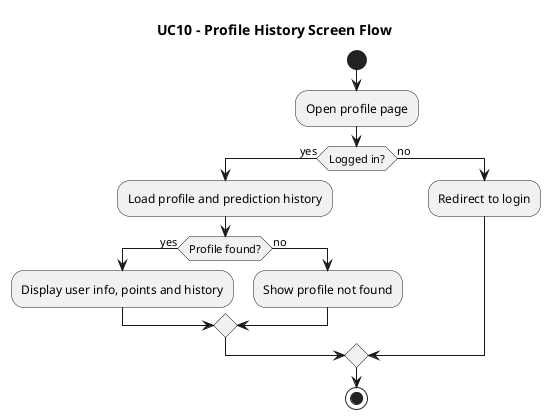
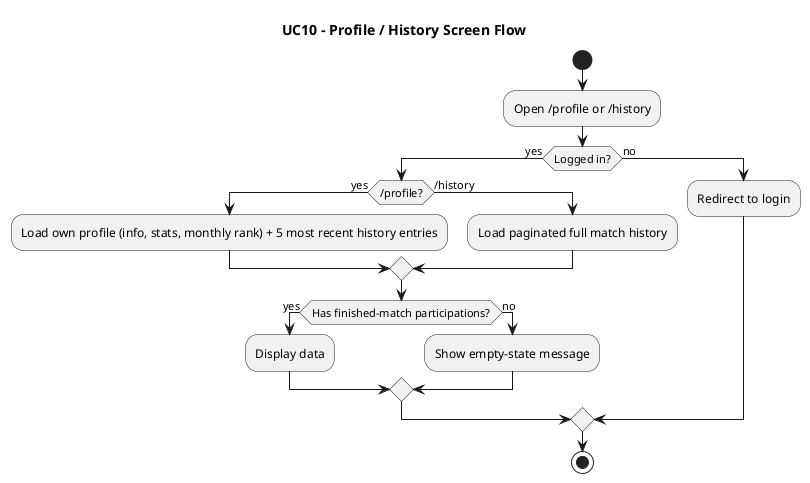
@startuml
- title UC10 - Profile History Screen Flow
+ title UC10 - Profile / History Screen Flow
start
- :Open profile page;
+ :Open /profile or /history;
if (Logged in?) then (yes)
-   :Load profile and prediction history;
-   if (Profile found?) then (yes)
-     :Display user info, points and history;
+   if (/profile?) then (yes)
+     :Load own profile (info, stats, monthly rank) + 5 most recent history entries;
+   else (/history)
+     :Load paginated full match history;
+   endif
+   if (Has finished-match participations?) then (yes)
+     :Display data;
  else (no)
-     :Show profile not found;
+     :Show empty-state message;
  endif
else (no)
  :Redirect to login;
endif
stop
@enduml
